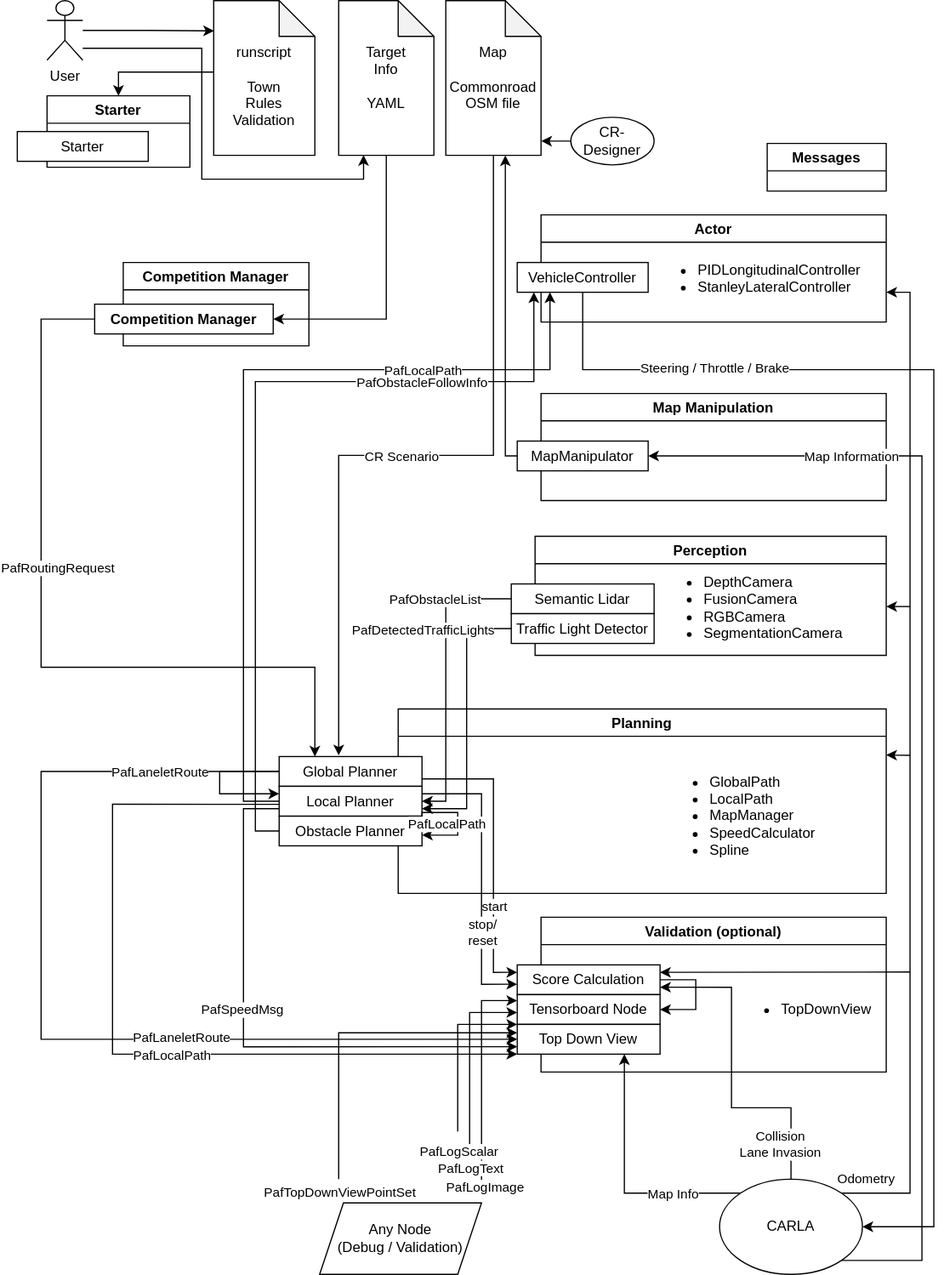
Earlier version of the draw.io export docs/imgs/PAF_Architektur_final.drawio.svg (ll7/paf21-2). Source tidied: cells renumbered, new cells last; positions are measured from the earlier drawing's top-left corner, leaving out a move shared by most shapes.
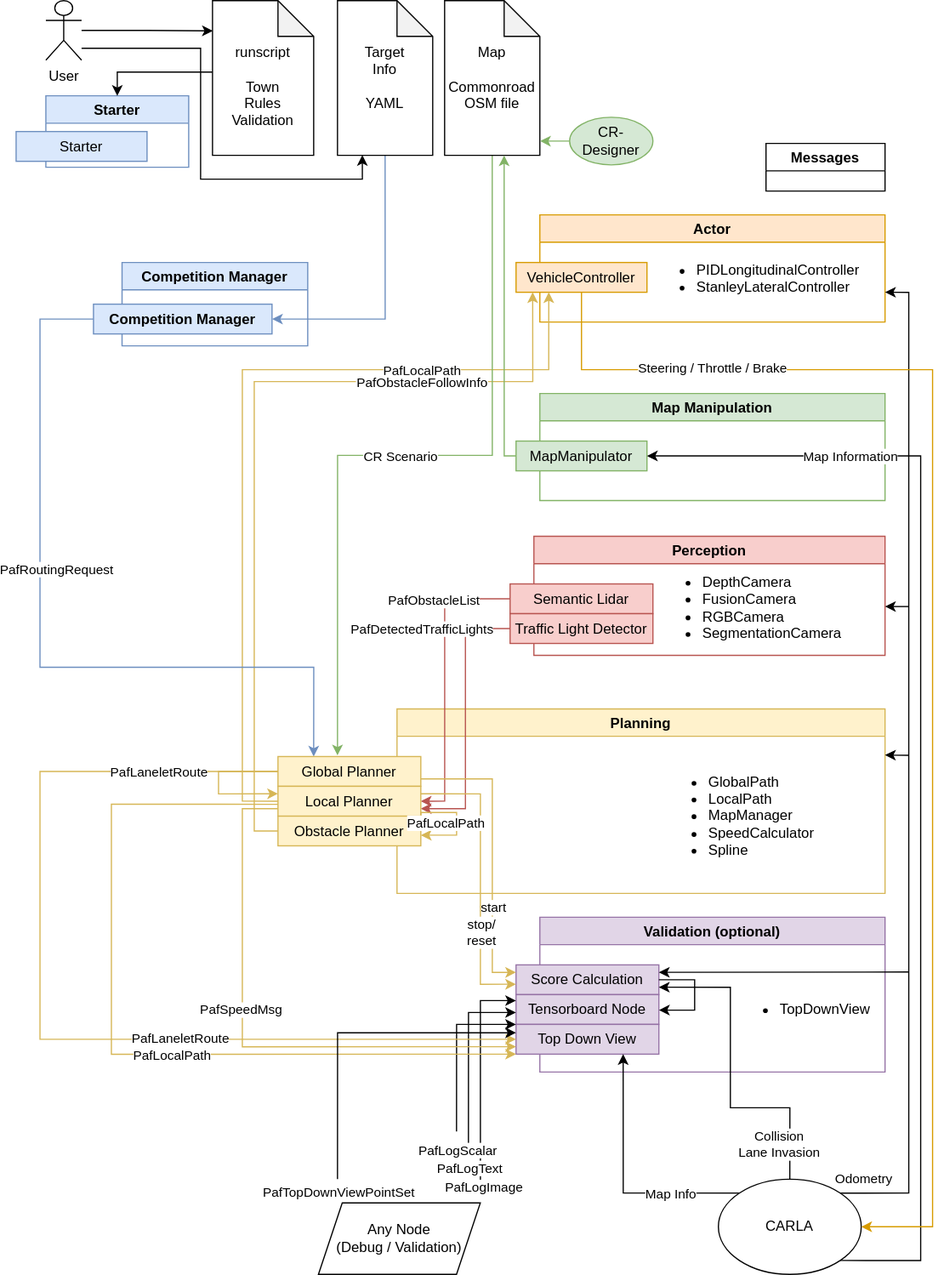
The same diagram one commit later.

Commit message:
updated README.md - Farbe in Architektur - Links zu anderen ReadMe Dateien

What changed in the source:
```diff
@@ -4,6 +4,6 @@
     <mxCell id="1" parent="0" />
-    <mxCell id="2" value="Actor" style="swimlane;" parent="1" vertex="1">
+    <mxCell id="2" value="Actor" style="swimlane;fillColor=#ffe6cc;strokeColor=#d79b00;" parent="1" vertex="1">
       <mxGeometry x="440" y="180" width="290" height="90" as="geometry" />
     </mxCell>
-    <mxCell id="3" value="VehicleController" style="rounded=0;whiteSpace=wrap;html=1;" parent="2" vertex="1">
+    <mxCell id="3" value="VehicleController" style="rounded=0;whiteSpace=wrap;html=1;fillColor=#ffe6cc;strokeColor=#d79b00;" parent="2" vertex="1">
       <mxGeometry x="-20" y="40" width="110" height="25" as="geometry" />
@@ -13,15 +13,15 @@
     </mxCell>
-    <mxCell id="5" value="Map Manipulation" style="swimlane;" parent="1" vertex="1">
+    <mxCell id="5" value="Map Manipulation" style="swimlane;fillColor=#d5e8d4;strokeColor=#82b366;" parent="1" vertex="1">
       <mxGeometry x="440" y="330" width="290" height="90" as="geometry" />
     </mxCell>
-    <mxCell id="6" value="MapManipulator" style="rounded=0;whiteSpace=wrap;html=1;" parent="5" vertex="1">
+    <mxCell id="6" value="MapManipulator" style="rounded=0;whiteSpace=wrap;html=1;fillColor=#d5e8d4;strokeColor=#82b366;" parent="5" vertex="1">
       <mxGeometry x="-20" y="40" width="110" height="25" as="geometry" />
     </mxCell>
-    <mxCell id="7" value="Perception" style="swimlane;" parent="1" vertex="1">
+    <mxCell id="7" value="Perception" style="swimlane;fillColor=#f8cecc;strokeColor=#b85450;" parent="1" vertex="1">
       <mxGeometry x="435" y="450" width="295" height="100" as="geometry" />
     </mxCell>
-    <mxCell id="8" value="Semantic Lidar" style="rounded=0;whiteSpace=wrap;html=1;" parent="7" vertex="1">
+    <mxCell id="8" value="Semantic Lidar" style="rounded=0;whiteSpace=wrap;html=1;fillColor=#f8cecc;strokeColor=#b85450;" parent="7" vertex="1">
       <mxGeometry x="-20" y="40" width="120" height="25" as="geometry" />
     </mxCell>
-    <mxCell id="9" value="Traffic Light Detector" style="rounded=0;whiteSpace=wrap;html=1;" parent="7" vertex="1">
+    <mxCell id="9" value="Traffic Light Detector" style="rounded=0;whiteSpace=wrap;html=1;fillColor=#f8cecc;strokeColor=#b85450;" parent="7" vertex="1">
       <mxGeometry x="-20" y="65" width="120" height="25" as="geometry" />
@@ -31,3 +31,3 @@
     </mxCell>
-    <mxCell id="11" value="Planning" style="swimlane;" parent="1" vertex="1">
+    <mxCell id="11" value="Planning" style="swimlane;fillColor=#fff2cc;strokeColor=#d6b656;" parent="1" vertex="1">
       <mxGeometry x="320" y="595" width="410" height="155" as="geometry" />
@@ -37,9 +37,9 @@
     </mxCell>
-    <mxCell id="13" value="Validation (optional)" style="swimlane;" parent="1" vertex="1">
+    <mxCell id="13" value="Validation (optional)" style="swimlane;fillColor=#e1d5e7;strokeColor=#9673a6;" parent="1" vertex="1">
       <mxGeometry x="440" y="770" width="290" height="130" as="geometry" />
     </mxCell>
-    <mxCell id="14" value="Score Calculation" style="rounded=0;whiteSpace=wrap;html=1;" parent="13" vertex="1">
+    <mxCell id="14" value="Score Calculation" style="rounded=0;whiteSpace=wrap;html=1;fillColor=#e1d5e7;strokeColor=#9673a6;" parent="13" vertex="1">
       <mxGeometry x="-20" y="40" width="120" height="25" as="geometry" />
     </mxCell>
-    <mxCell id="15" value="Tensorboard Node" style="rounded=0;whiteSpace=wrap;html=1;" parent="13" vertex="1">
+    <mxCell id="15" value="Tensorboard Node" style="rounded=0;whiteSpace=wrap;html=1;fillColor=#e1d5e7;strokeColor=#9673a6;" parent="13" vertex="1">
       <mxGeometry x="-20" y="65" width="120" height="25" as="geometry" />
@@ -49,3 +49,3 @@
     </mxCell>
-    <mxCell id="17" value="Top Down View" style="rounded=0;whiteSpace=wrap;html=1;" parent="13" vertex="1">
+    <mxCell id="17" value="Top Down View" style="rounded=0;whiteSpace=wrap;html=1;fillColor=#e1d5e7;strokeColor=#9673a6;" parent="13" vertex="1">
       <mxGeometry x="-20" y="90" width="120" height="25" as="geometry" />
@@ -76,6 +76,6 @@
     </mxCell>
-    <mxCell id="22" value="Starter" style="swimlane;" parent="1" vertex="1">
+    <mxCell id="22" value="Starter" style="swimlane;fillColor=#dae8fc;strokeColor=#6c8ebf;" parent="1" vertex="1">
       <mxGeometry x="25" y="80" width="120" height="60" as="geometry" />
     </mxCell>
-    <mxCell id="23" value="Starter" style="rounded=0;whiteSpace=wrap;html=1;" parent="22" vertex="1">
+    <mxCell id="23" value="Starter" style="rounded=0;whiteSpace=wrap;html=1;fillColor=#dae8fc;strokeColor=#6c8ebf;" parent="22" vertex="1">
       <mxGeometry x="-25" y="30" width="110" height="25" as="geometry" />
@@ -95,3 +95,3 @@
     </mxCell>
-    <mxCell id="27" style="edgeStyle=orthogonalEdgeStyle;rounded=0;jettySize=auto;html=1;exitX=0;exitY=0.5;exitDx=0;exitDy=0;entryX=1;entryY=0.5;entryDx=0;entryDy=0;" parent="1" edge="1" source="8" target="76">
+    <mxCell id="27" style="edgeStyle=orthogonalEdgeStyle;rounded=0;jettySize=auto;html=1;exitX=0;exitY=0.5;exitDx=0;exitDy=0;entryX=1;entryY=0.5;entryDx=0;entryDy=0;fillColor=#f8cecc;strokeColor=#b85450;" parent="1" edge="1" source="8" target="76">
       <mxGeometry relative="1" as="geometry">
@@ -108,3 +108,3 @@
     </mxCell>
-    <mxCell id="29" style="edgeStyle=orthogonalEdgeStyle;rounded=0;jettySize=auto;html=1;exitX=0;exitY=0.5;exitDx=0;exitDy=0;entryX=1;entryY=0.75;entryDx=0;entryDy=0;" parent="1" edge="1" source="9" target="76">
+    <mxCell id="29" style="edgeStyle=orthogonalEdgeStyle;rounded=0;jettySize=auto;html=1;exitX=0;exitY=0.5;exitDx=0;exitDy=0;entryX=1;entryY=0.75;entryDx=0;entryDy=0;fillColor=#f8cecc;strokeColor=#b85450;" parent="1" edge="1" source="9" target="76">
       <mxGeometry relative="1" as="geometry" />
@@ -116,3 +116,3 @@
     </mxCell>
-    <mxCell id="31" style="edgeStyle=orthogonalEdgeStyle;rounded=0;jettySize=auto;html=1;exitX=0;exitY=0.5;exitDx=0;exitDy=0;entryX=0.25;entryY=1;entryDx=0;entryDy=0;" parent="1" edge="1" source="76" target="3">
+    <mxCell id="31" style="edgeStyle=orthogonalEdgeStyle;rounded=0;jettySize=auto;html=1;exitX=0;exitY=0.5;exitDx=0;exitDy=0;entryX=0.25;entryY=1;entryDx=0;entryDy=0;fillColor=#fff2cc;strokeColor=#d6b656;" parent="1" edge="1" source="76" target="3">
       <mxGeometry relative="1" as="geometry">
@@ -175,3 +175,3 @@
     </mxCell>
-    <mxCell id="39" style="edgeStyle=orthogonalEdgeStyle;rounded=0;jettySize=auto;html=1;exitX=0;exitY=0.5;exitDx=0;exitDy=0;entryX=0.127;entryY=1;entryDx=0;entryDy=0;entryPerimeter=0;" parent="1" edge="1" source="74" target="3">
+    <mxCell id="39" style="edgeStyle=orthogonalEdgeStyle;rounded=0;jettySize=auto;html=1;exitX=0;exitY=0.5;exitDx=0;exitDy=0;entryX=0.127;entryY=1;entryDx=0;entryDy=0;entryPerimeter=0;fillColor=#fff2cc;strokeColor=#d6b656;" parent="1" edge="1" source="74" target="3">
       <mxGeometry relative="1" as="geometry">
@@ -189,3 +189,3 @@
     </mxCell>
-    <mxCell id="41" style="edgeStyle=orthogonalEdgeStyle;rounded=0;jettySize=auto;html=1;entryX=0.25;entryY=0;entryDx=0;entryDy=0;exitX=0;exitY=0.5;exitDx=0;exitDy=0;" parent="1" edge="1" source="46" target="75">
+    <mxCell id="41" style="edgeStyle=orthogonalEdgeStyle;rounded=0;jettySize=auto;html=1;entryX=0.25;entryY=0;entryDx=0;entryDy=0;exitX=0;exitY=0.5;exitDx=0;exitDy=0;fillColor=#dae8fc;strokeColor=#6c8ebf;" parent="1" edge="1" source="46" target="75">
       <mxGeometry relative="1" as="geometry">
@@ -203,3 +203,3 @@
     </mxCell>
-    <mxCell id="43" style="edgeStyle=orthogonalEdgeStyle;rounded=0;jettySize=auto;html=1;exitX=0;exitY=0.75;exitDx=0;exitDy=0;entryX=0;entryY=0.75;entryDx=0;entryDy=0;" parent="1" edge="1" source="76" target="17">
+    <mxCell id="43" style="edgeStyle=orthogonalEdgeStyle;rounded=0;jettySize=auto;html=1;exitX=0;exitY=0.75;exitDx=0;exitDy=0;entryX=0;entryY=0.75;entryDx=0;entryDy=0;fillColor=#fff2cc;strokeColor=#d6b656;" parent="1" edge="1" source="76" target="17">
       <mxGeometry relative="1" as="geometry">
@@ -216,9 +216,9 @@
     </mxCell>
-    <mxCell id="45" value="Competition Manager" style="swimlane;startSize=23;" parent="1" vertex="1">
+    <mxCell id="45" value="Competition Manager" style="swimlane;startSize=23;fillColor=#dae8fc;strokeColor=#6c8ebf;" parent="1" vertex="1">
       <mxGeometry x="89" y="220" width="156" height="70" as="geometry" />
     </mxCell>
-    <mxCell id="46" value="&lt;span style=&quot;font-weight: 700&quot;&gt;Competition Manager&lt;/span&gt;" style="rounded=0;whiteSpace=wrap;html=1;" parent="45" vertex="1">
+    <mxCell id="46" value="&lt;span style=&quot;font-weight: 700&quot;&gt;Competition Manager&lt;/span&gt;" style="rounded=0;whiteSpace=wrap;html=1;fillColor=#dae8fc;strokeColor=#6c8ebf;" parent="45" vertex="1">
       <mxGeometry x="-24" y="35" width="150" height="25" as="geometry" />
     </mxCell>
-    <mxCell id="47" style="edgeStyle=orthogonalEdgeStyle;rounded=0;jettySize=auto;html=1;exitX=0.5;exitY=1;exitDx=0;exitDy=0;exitPerimeter=0;entryX=1;entryY=0.5;entryDx=0;entryDy=0;" parent="1" edge="1" source="48" target="46">
+    <mxCell id="47" style="edgeStyle=orthogonalEdgeStyle;rounded=0;jettySize=auto;html=1;exitX=0.5;exitY=1;exitDx=0;exitDy=0;exitPerimeter=0;entryX=1;entryY=0.5;entryDx=0;entryDy=0;fillColor=#dae8fc;strokeColor=#6c8ebf;" parent="1" edge="1" source="48" target="46">
       <mxGeometry relative="1" as="geometry" />
@@ -228,3 +228,3 @@
     </mxCell>
-    <mxCell id="49" style="edgeStyle=orthogonalEdgeStyle;rounded=0;jettySize=auto;html=1;exitX=0.5;exitY=1;exitDx=0;exitDy=0;exitPerimeter=0;" parent="1" edge="1" source="51">
+    <mxCell id="49" style="edgeStyle=orthogonalEdgeStyle;rounded=0;jettySize=auto;html=1;exitX=0.5;exitY=1;exitDx=0;exitDy=0;exitPerimeter=0;fillColor=#d5e8d4;strokeColor=#82b366;" parent="1" edge="1" source="51">
       <mxGeometry relative="1" as="geometry">
@@ -241,3 +241,3 @@
     </mxCell>
-    <mxCell id="52" style="edgeStyle=orthogonalEdgeStyle;rounded=0;jettySize=auto;html=1;exitX=0;exitY=0.5;exitDx=0;exitDy=0;entryX=0;entryY=0.5;entryDx=0;entryDy=0;" parent="1" edge="1" source="75" target="17">
+    <mxCell id="52" style="edgeStyle=orthogonalEdgeStyle;rounded=0;jettySize=auto;html=1;exitX=0;exitY=0.5;exitDx=0;exitDy=0;entryX=0;entryY=0.5;entryDx=0;entryDy=0;fillColor=#fff2cc;strokeColor=#d6b656;" parent="1" edge="1" source="75" target="17">
       <mxGeometry relative="1" as="geometry">
@@ -254,3 +254,3 @@
     </mxCell>
-    <mxCell id="54" style="edgeStyle=orthogonalEdgeStyle;rounded=0;jettySize=auto;html=1;entryX=0;entryY=1;entryDx=0;entryDy=0;exitX=0.001;exitY=0.605;exitDx=0;exitDy=0;exitPerimeter=0;" parent="1" edge="1" source="76" target="17">
+    <mxCell id="54" style="edgeStyle=orthogonalEdgeStyle;rounded=0;jettySize=auto;html=1;entryX=0;entryY=1;entryDx=0;entryDy=0;exitX=0.001;exitY=0.605;exitDx=0;exitDy=0;exitPerimeter=0;fillColor=#fff2cc;strokeColor=#d6b656;" parent="1" edge="1" source="76" target="17">
       <mxGeometry relative="1" as="geometry">
@@ -320,3 +320,3 @@
     </mxCell>
-    <mxCell id="65" style="edgeStyle=orthogonalEdgeStyle;rounded=0;jettySize=auto;html=1;exitX=0.5;exitY=1;exitDx=0;exitDy=0;entryX=1;entryY=0.5;entryDx=0;entryDy=0;" parent="1" edge="1" source="3" target="64">
+    <mxCell id="65" style="edgeStyle=orthogonalEdgeStyle;rounded=0;jettySize=auto;html=1;exitX=0.5;exitY=1;exitDx=0;exitDy=0;entryX=1;entryY=0.5;entryDx=0;entryDy=0;fillColor=#ffe6cc;strokeColor=#d79b00;" parent="1" edge="1" source="3" target="64">
       <mxGeometry relative="1" as="geometry">
@@ -348,3 +348,3 @@
     </mxCell>
-    <mxCell id="69" style="edgeStyle=orthogonalEdgeStyle;rounded=0;jettySize=auto;html=1;entryX=0;entryY=0.25;entryDx=0;entryDy=0;exitX=1;exitY=0.75;exitDx=0;exitDy=0;" parent="1" edge="1" source="75" target="14">
+    <mxCell id="69" style="edgeStyle=orthogonalEdgeStyle;rounded=0;jettySize=auto;html=1;entryX=0;entryY=0.25;entryDx=0;entryDy=0;exitX=1;exitY=0.75;exitDx=0;exitDy=0;fillColor=#fff2cc;strokeColor=#d6b656;" parent="1" edge="1" source="75" target="14">
       <mxGeometry relative="1" as="geometry">
@@ -377,12 +377,12 @@
     </mxCell>
-    <mxCell id="74" value="Obstacle Planner" style="rounded=0;whiteSpace=wrap;html=1;" parent="1" vertex="1">
+    <mxCell id="74" value="Obstacle Planner" style="rounded=0;whiteSpace=wrap;html=1;fillColor=#fff2cc;strokeColor=#d6b656;" parent="1" vertex="1">
       <mxGeometry x="220" y="685" width="120" height="25" as="geometry" />
     </mxCell>
-    <mxCell id="75" value="Global Planner" style="rounded=0;whiteSpace=wrap;html=1;" parent="1" vertex="1">
+    <mxCell id="75" value="Global Planner" style="rounded=0;whiteSpace=wrap;html=1;fillColor=#fff2cc;strokeColor=#d6b656;" parent="1" vertex="1">
       <mxGeometry x="220" y="635" width="120" height="25" as="geometry" />
     </mxCell>
-    <mxCell id="76" value="Local Planner" style="rounded=0;whiteSpace=wrap;html=1;" parent="1" vertex="1">
+    <mxCell id="76" value="Local Planner" style="rounded=0;whiteSpace=wrap;html=1;fillColor=#fff2cc;strokeColor=#d6b656;" parent="1" vertex="1">
       <mxGeometry x="220" y="660" width="120" height="25" as="geometry" />
     </mxCell>
-    <mxCell id="77" style="edgeStyle=orthogonalEdgeStyle;rounded=0;jettySize=auto;html=1;exitX=0;exitY=0.5;exitDx=0;exitDy=0;entryX=0;entryY=0.25;entryDx=0;entryDy=0;" parent="1" edge="1" source="75" target="76">
+    <mxCell id="77" style="edgeStyle=orthogonalEdgeStyle;rounded=0;jettySize=auto;html=1;exitX=0;exitY=0.5;exitDx=0;exitDy=0;entryX=0;entryY=0.25;entryDx=0;entryDy=0;fillColor=#fff2cc;strokeColor=#d6b656;" parent="1" edge="1" source="75" target="76">
       <mxGeometry relative="1" as="geometry">
@@ -399,3 +399,3 @@
     </mxCell>
-    <mxCell id="79" style="edgeStyle=orthogonalEdgeStyle;rounded=0;jettySize=auto;html=1;entryX=0;entryY=0.25;entryDx=0;entryDy=0;exitX=1;exitY=0.25;exitDx=0;exitDy=0;" parent="1" edge="1" source="76">
+    <mxCell id="79" style="edgeStyle=orthogonalEdgeStyle;rounded=0;jettySize=auto;html=1;entryX=0;entryY=0.25;entryDx=0;entryDy=0;exitX=1;exitY=0.25;exitDx=0;exitDy=0;fillColor=#fff2cc;strokeColor=#d6b656;" parent="1" edge="1" source="76">
       <mxGeometry relative="1" as="geometry">
@@ -413,3 +413,3 @@
     </mxCell>
-    <mxCell id="81" style="edgeStyle=orthogonalEdgeStyle;rounded=0;jettySize=auto;html=1;exitX=1;exitY=1;exitDx=0;exitDy=0;" parent="1" edge="1" source="76">
+    <mxCell id="81" style="edgeStyle=orthogonalEdgeStyle;rounded=0;jettySize=auto;html=1;exitX=1;exitY=1;exitDx=0;exitDy=0;fillColor=#fff2cc;strokeColor=#d6b656;" parent="1" edge="1" source="76">
       <mxGeometry relative="1" as="geometry">
@@ -432,3 +432,3 @@
     </mxCell>
-    <mxCell id="84" style="edgeStyle=orthogonalEdgeStyle;rounded=0;jettySize=auto;html=1;exitX=0;exitY=0.5;exitDx=0;exitDy=0;entryX=0.625;entryY=1;entryDx=0;entryDy=0;entryPerimeter=0;" parent="1" edge="1" source="6" target="51">
+    <mxCell id="84" style="edgeStyle=orthogonalEdgeStyle;rounded=0;jettySize=auto;html=1;exitX=0;exitY=0.5;exitDx=0;exitDy=0;entryX=0.625;entryY=1;entryDx=0;entryDy=0;entryPerimeter=0;fillColor=#d5e8d4;strokeColor=#82b366;" parent="1" edge="1" source="6" target="51">
       <mxGeometry relative="1" as="geometry">
@@ -439,6 +439,6 @@
     </mxCell>
-    <mxCell id="85" style="edgeStyle=orthogonalEdgeStyle;rounded=0;jettySize=auto;html=1;entryX=1.002;entryY=0.907;entryDx=0;entryDy=0;entryPerimeter=0;" parent="1" edge="1" source="86" target="51">
+    <mxCell id="85" style="edgeStyle=orthogonalEdgeStyle;rounded=0;jettySize=auto;html=1;entryX=1.002;entryY=0.907;entryDx=0;entryDy=0;entryPerimeter=0;fillColor=#d5e8d4;strokeColor=#82b366;" parent="1" edge="1" source="86" target="51">
       <mxGeometry relative="1" as="geometry" />
     </mxCell>
-    <mxCell id="86" value="CR-Designer" style="ellipse;whiteSpace=wrap;html=1;" parent="1" vertex="1">
+    <mxCell id="86" value="CR-Designer" style="ellipse;whiteSpace=wrap;html=1;fillColor=#d5e8d4;strokeColor=#82b366;" parent="1" vertex="1">
       <mxGeometry x="465" y="98" width="70" height="40" as="geometry" />
```
